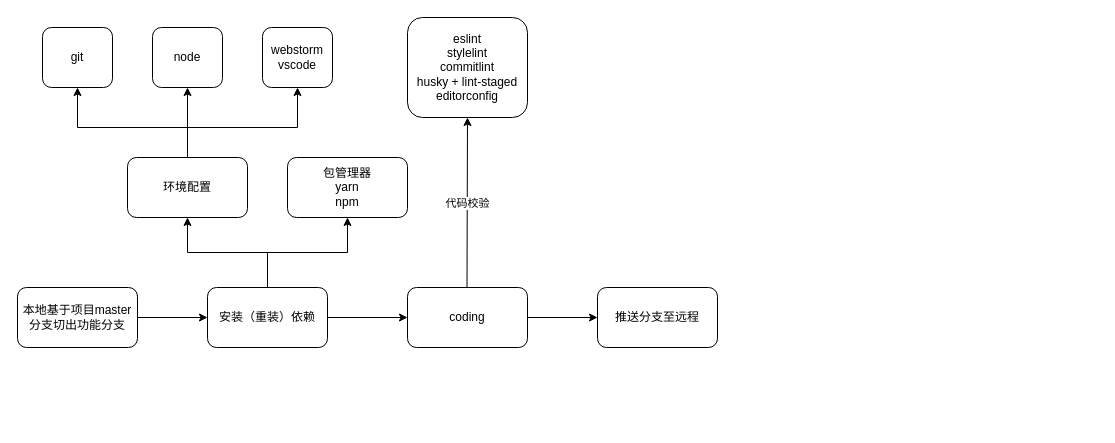
Above: src/Untitled Diagram.drawio in hgchong/vue-ts (draw.io), before the change. Source tidied: cells renumbered, new cells numbered last; positions are measured from the earlier drawing's top-left corner, leaving out a move shared by most shapes. Both pictures are drawn from the tidied source at 100%, with x=0, y=0 at pixel (17, 17).
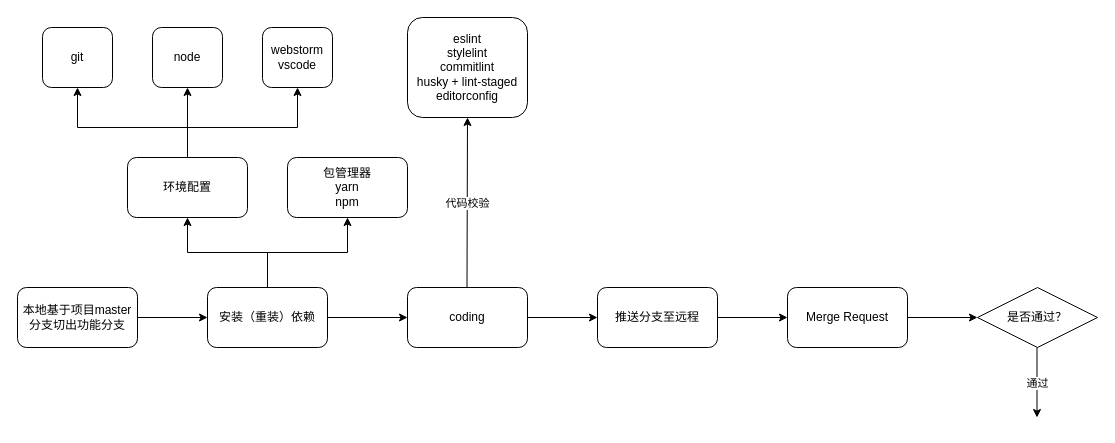
The same diagram, later.

Unchanged cells that the change refers to:
```xml
<mxCell id="21" value="推送分支至远程" style="rounded=1;whiteSpace=wrap;html=1;" parent="1" vertex="1">
  <mxGeometry x="580" y="270" width="120" height="60" as="geometry" />
</mxCell>
```

The edit, as a diff of the source:
```diff
@@
+    <mxCell id="22" style="edgeStyle=orthogonalEdgeStyle;rounded=0;jettySize=auto;html=1;" parent="1" edge="1" source="21" target="23">
+      <mxGeometry relative="1" as="geometry" />
+    </mxCell>
@@
+    <mxCell id="23" value="Merge Request" style="rounded=1;whiteSpace=wrap;html=1;" parent="1" vertex="1">
+      <mxGeometry x="770" y="270" width="120" height="60" as="geometry" />
+    </mxCell>
+    <mxCell id="24" value="是否通过？" style="shape=rhombus;perimeter=rhombusPerimeter;whiteSpace=wrap;html=1;align=center;" parent="1" vertex="1">
+      <mxGeometry x="960" y="270" width="120" height="60" as="geometry" />
+    </mxCell>
+    <mxCell id="25" style="endArrow=classic;html=1;entryX=0;entryY=0.5;entryDx=0;entryDy=0;" parent="1" edge="1" target="24">
+      <mxGeometry relative="1" as="geometry">
+        <mxPoint x="890" y="300" as="sourcePoint" />
+      </mxGeometry>
+    </mxCell>
+    <mxCell id="26" style="endArrow=classic;html=1;" parent="1" edge="1">
+      <mxGeometry relative="1" as="geometry">
+        <mxPoint x="1019.5" y="330" as="sourcePoint" />
+        <mxPoint x="1019.5" y="400" as="targetPoint" />
+      </mxGeometry>
+    </mxCell>
+    <mxCell id="27" value="通过" style="edgeLabel;html=1;align=center;verticalAlign=middle;" parent="26" vertex="1">
+      <mxGeometry relative="1" as="geometry" />
+    </mxCell>
```
